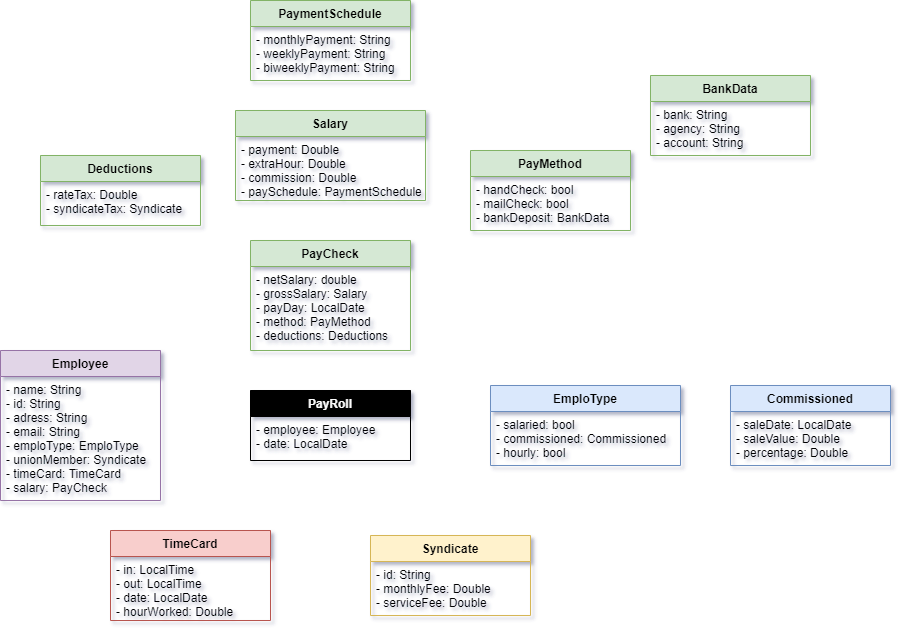
Earlier version of the draw.io export Files/PayRollDiagram.png (karlasophiacruz/exercisep3). Source tidied: cells renumbered, new cells last; positions are measured from the earlier drawing's top-left corner, leaving out a move shared by most shapes.
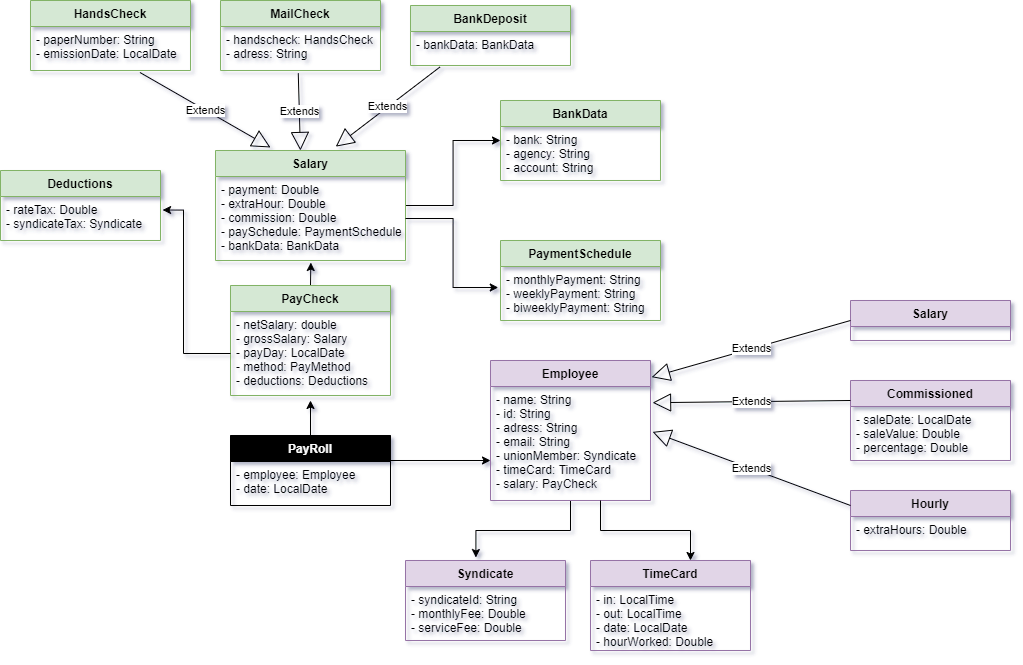
The same file after the commit.

Diff of the diagram source:
```diff
@@ -2,77 +2,153 @@
   <root>
     <mxCell id="0" />
     <mxCell id="1" parent="0" />
+    <mxCell id="26" style="edgeStyle=orthogonalEdgeStyle;rounded=0;jettySize=auto;html=1;entryX=0.44;entryY=-0.037;entryDx=0;entryDy=0;entryPerimeter=0;" parent="1" edge="1" source="2" target="12">
+      <mxGeometry relative="1" as="geometry" />
+    </mxCell>
     <mxCell id="2" value="Employee" style="swimlane;fontStyle=1;align=center;verticalAlign=top;horizontal=1;startSize=26;fillColor=#e1d5e7;strokeColor=#9673a6;" parent="1" vertex="1">
-      <mxGeometry y="350" width="160" height="150" as="geometry" />
+      <mxGeometry x="510" y="320" width="160" height="140" as="geometry" />
     </mxCell>
-    <mxCell id="3" value="- name: String&#10;- id: String&#10;- adress: String&#10;- email: String&#10;- emploType: EmploType&#10;- unionMember: Syndicate&#10;- timeCard: TimeCard&#10;- salary: PayCheck" style="text;strokeColor=none;fillColor=none;align=left;verticalAlign=top;spacingLeft=4;spacingRight=4;overflow=hidden;points=[[0,0.5],[1,0.5]];portConstraint=eastwest;spacing=2;spacingTop=0;spacingBottom=0;labelBorderColor=none;labelBackgroundColor=none;horizontal=1;" parent="2" vertex="1">
-      <mxGeometry y="26" width="160" height="124" as="geometry" />
+    <mxCell id="3" value="- name: String&#10;- id: String&#10;- adress: String&#10;- email: String&#10;- unionMember: Syndicate&#10;- timeCard: TimeCard&#10;- salary: PayCheck" style="text;strokeColor=none;fillColor=none;align=left;verticalAlign=top;spacingLeft=4;spacingRight=4;overflow=hidden;points=[[0,0.5],[1,0.5]];portConstraint=eastwest;spacing=2;spacingTop=0;spacingBottom=0;labelBorderColor=none;labelBackgroundColor=none;horizontal=1;" parent="2" vertex="1">
+      <mxGeometry y="26" width="160" height="114" as="geometry" />
     </mxCell>
-    <mxCell id="4" value="EmploType" style="swimlane;fontStyle=1;align=center;verticalAlign=top;horizontal=1;startSize=26;fillColor=#dae8fc;strokeColor=#6c8ebf;" parent="1" vertex="1">
-      <mxGeometry x="490" y="385" width="190" height="80" as="geometry" />
-    </mxCell>
-    <mxCell id="5" value="- salaried: bool&#10;- commissioned: Commissioned&#10;- hourly: bool" style="text;strokeColor=none;fillColor=none;align=left;verticalAlign=top;spacingLeft=4;spacingRight=4;overflow=hidden;" parent="4" vertex="1">
-      <mxGeometry y="26" width="190" height="54" as="geometry" />
-    </mxCell>
+    <mxCell id="27" style="edgeStyle=orthogonalEdgeStyle;rounded=0;jettySize=auto;html=1;exitX=0.5;exitY=0;exitDx=0;exitDy=0;entryX=0.502;entryY=1.024;entryDx=0;entryDy=0;entryPerimeter=0;" parent="1" edge="1" source="6" target="21">
+      <mxGeometry relative="1" as="geometry" />
+    </mxCell>
     <mxCell id="6" value="PayCheck" style="swimlane;fontStyle=1;align=center;verticalAlign=top;horizontal=1;startSize=26;fillColor=#d5e8d4;strokeColor=#82b366;glass=0;rounded=0;" parent="1" vertex="1">
-      <mxGeometry x="250" y="240" width="160" height="110" as="geometry" />
+      <mxGeometry x="250" y="245" width="160" height="110" as="geometry" />
     </mxCell>
     <mxCell id="7" value="- netSalary: double&#10;- grossSalary: Salary&#10;- payDay: LocalDate&#10;- method: PayMethod&#10;- deductions: Deductions" style="text;strokeColor=none;fillColor=none;align=left;verticalAlign=top;spacingLeft=4;spacingRight=4;overflow=hidden;points=[[0,0.5],[1,0.5]];portConstraint=eastwest;" parent="6" vertex="1">
       <mxGeometry y="26" width="160" height="84" as="geometry" />
     </mxCell>
-    <mxCell id="8" value="PayMethod" style="swimlane;fontStyle=1;align=center;verticalAlign=top;horizontal=1;startSize=26;fillColor=#d5e8d4;strokeColor=#82b366;" parent="1" vertex="1">
-      <mxGeometry x="470" y="150" width="160" height="80" as="geometry" />
+    <mxCell id="8" value="HandsCheck" style="swimlane;fontStyle=1;align=center;verticalAlign=top;horizontal=1;startSize=26;fillColor=#d5e8d4;strokeColor=#82b366;" parent="1" vertex="1">
+      <mxGeometry x="50" y="-40" width="160" height="70" as="geometry" />
     </mxCell>
-    <mxCell id="9" value="- handCheck: bool&#10;- mailCheck: bool&#10;- bankDeposit: BankData" style="text;strokeColor=none;fillColor=none;align=left;verticalAlign=top;spacingLeft=4;spacingRight=4;overflow=hidden;points=[[0,0.5],[1,0.5]];portConstraint=eastwest;" parent="8" vertex="1">
-      <mxGeometry y="26" width="160" height="54" as="geometry" />
+    <mxCell id="9" value="- paperNumber: String&#10;- emissionDate: LocalDate" style="text;strokeColor=none;fillColor=none;align=left;verticalAlign=top;spacingLeft=4;spacingRight=4;overflow=hidden;points=[[0,0.5],[1,0.5]];portConstraint=eastwest;" parent="8" vertex="1">
+      <mxGeometry y="26" width="160" height="44" as="geometry" />
     </mxCell>
-    <mxCell id="10" value="Commissioned" style="swimlane;fontStyle=1;align=center;verticalAlign=top;horizontal=1;startSize=26;fillColor=#dae8fc;strokeColor=#6c8ebf;" parent="1" vertex="1">
-      <mxGeometry x="730" y="385" width="160" height="80" as="geometry" />
+    <mxCell id="10" value="Commissioned" style="swimlane;fontStyle=1;align=center;verticalAlign=top;horizontal=1;startSize=26;fillColor=#e1d5e7;strokeColor=#9673a6;" parent="1" vertex="1">
+      <mxGeometry x="870" y="340" width="160" height="80" as="geometry" />
     </mxCell>
     <mxCell id="11" value="- saleDate: LocalDate&#10;- saleValue: Double&#10;- percentage: Double " style="text;strokeColor=none;fillColor=none;align=left;verticalAlign=top;spacingLeft=4;spacingRight=4;overflow=hidden;" parent="10" vertex="1">
       <mxGeometry y="26" width="160" height="54" as="geometry" />
     </mxCell>
-    <mxCell id="12" value="Syndicate" style="swimlane;fontStyle=1;align=center;verticalAlign=top;horizontal=1;startSize=26;fillColor=#fff2cc;strokeColor=#d6b656;" parent="1" vertex="1">
-      <mxGeometry x="370" y="535" width="160" height="80" as="geometry" />
+    <mxCell id="12" value="Syndicate" style="swimlane;fontStyle=1;align=center;verticalAlign=top;horizontal=1;startSize=26;fillColor=#e1d5e7;strokeColor=#9673a6;" parent="1" vertex="1">
+      <mxGeometry x="425" y="520" width="160" height="80" as="geometry" />
     </mxCell>
-    <mxCell id="13" value="- id: String&#10;- monthlyFee: Double&#10;- serviceFee: Double" style="text;strokeColor=none;fillColor=none;align=left;verticalAlign=top;spacingLeft=4;spacingRight=4;overflow=hidden;" parent="12" vertex="1">
+    <mxCell id="13" value="- syndicateId: String&#10;- monthlyFee: Double&#10;- serviceFee: Double" style="text;strokeColor=none;fillColor=none;align=left;verticalAlign=top;spacingLeft=4;spacingRight=4;overflow=hidden;" parent="12" vertex="1">
       <mxGeometry y="26" width="160" height="54" as="geometry" />
     </mxCell>
-    <mxCell id="14" value="TimeCard" style="swimlane;fontStyle=1;align=center;verticalAlign=top;horizontal=1;startSize=26;fillColor=#f8cecc;strokeColor=#b85450;" parent="1" vertex="1">
-      <mxGeometry x="110" y="530" width="160" height="90" as="geometry" />
+    <mxCell id="14" value="TimeCard" style="swimlane;fontStyle=1;align=center;verticalAlign=top;horizontal=1;startSize=26;fillColor=#e1d5e7;strokeColor=#9673a6;" parent="1" vertex="1">
+      <mxGeometry x="610" y="520" width="160" height="90" as="geometry" />
     </mxCell>
     <mxCell id="15" value="- in: LocalTime&#10;- out: LocalTime&#10;- date: LocalDate&#10;- hourWorked: Double" style="text;strokeColor=none;fillColor=none;align=left;verticalAlign=top;spacingLeft=4;spacingRight=4;overflow=hidden;" parent="14" vertex="1">
       <mxGeometry y="26" width="160" height="64" as="geometry" />
     </mxCell>
     <mxCell id="16" value="Deductions" style="swimlane;fontStyle=1;align=center;verticalAlign=top;horizontal=1;startSize=26;fillColor=#d5e8d4;strokeColor=#82b366;" parent="1" vertex="1">
-      <mxGeometry x="40" y="155" width="160" height="70" as="geometry" />
+      <mxGeometry x="20" y="130" width="160" height="70" as="geometry" />
     </mxCell>
     <mxCell id="17" value="- rateTax: Double&#10;- syndicateTax: Syndicate" style="text;strokeColor=none;fillColor=none;align=left;verticalAlign=top;spacingLeft=4;spacingRight=4;overflow=hidden;points=[[0,0.5],[1,0.5]];portConstraint=eastwest;" parent="16" vertex="1">
       <mxGeometry y="26" width="160" height="44" as="geometry" />
     </mxCell>
     <mxCell id="18" value="BankData" style="swimlane;fontStyle=1;align=center;verticalAlign=top;horizontal=1;startSize=26;fillColor=#d5e8d4;strokeColor=#82b366;" parent="1" vertex="1">
-      <mxGeometry x="650" y="75" width="160" height="80" as="geometry" />
+      <mxGeometry x="520" y="60" width="160" height="80" as="geometry" />
     </mxCell>
     <mxCell id="19" value="- bank: String&#10;- agency: String&#10;- account: String&#10;" style="text;strokeColor=none;fillColor=none;align=left;verticalAlign=top;spacingLeft=4;spacingRight=4;overflow=hidden;" parent="18" vertex="1">
       <mxGeometry y="26" width="160" height="54" as="geometry" />
     </mxCell>
+    <mxCell id="28" style="edgeStyle=orthogonalEdgeStyle;rounded=0;jettySize=auto;html=1;" parent="1" edge="1" source="20" target="18">
+      <mxGeometry relative="1" as="geometry" />
+    </mxCell>
     <mxCell id="20" value="Salary" style="swimlane;fontStyle=1;align=center;verticalAlign=top;horizontal=1;startSize=26;fillColor=#d5e8d4;strokeColor=#82b366;" parent="1" vertex="1">
-      <mxGeometry x="235" y="110" width="190" height="90" as="geometry" />
+      <mxGeometry x="235" y="110" width="190" height="110" as="geometry" />
     </mxCell>
-    <mxCell id="21" value="- payment: Double&#10;- extraHour: Double&#10;- commission: Double&#10;- paySchedule: PaymentSchedule" style="text;strokeColor=none;fillColor=none;align=left;verticalAlign=top;spacingLeft=4;spacingRight=4;overflow=hidden;points=[[0,0.5],[1,0.5]];portConstraint=eastwest;" parent="20" vertex="1">
-      <mxGeometry y="26" width="190" height="64" as="geometry" />
+    <mxCell id="21" value="- payment: Double&#10;- extraHour: Double&#10;- commission: Double&#10;- paySchedule: PaymentSchedule&#10;- bankData: BankData" style="text;strokeColor=none;fillColor=none;align=left;verticalAlign=top;spacingLeft=4;spacingRight=4;overflow=hidden;points=[[0,0.5],[1,0.5]];portConstraint=eastwest;" parent="20" vertex="1">
+      <mxGeometry y="26" width="190" height="84" as="geometry" />
     </mxCell>
     <mxCell id="22" value="PaymentSchedule" style="swimlane;fontStyle=1;align=center;verticalAlign=top;horizontal=1;startSize=26;fillColor=#d5e8d4;strokeColor=#82b366;" parent="1" vertex="1">
-      <mxGeometry x="250" width="160" height="80" as="geometry" />
+      <mxGeometry x="520" y="200" width="160" height="80" as="geometry" />
     </mxCell>
     <mxCell id="23" value="- monthlyPayment: String&#10;- weeklyPayment: String&#10;- biweeklyPayment: String" style="text;align=left;verticalAlign=top;spacingLeft=4;spacingRight=4;overflow=hidden;points=[[0,0.5],[1,0.5]];portConstraint=eastwest;" parent="22" vertex="1">
       <mxGeometry y="26" width="160" height="54" as="geometry" />
     </mxCell>
+    <mxCell id="29" style="edgeStyle=orthogonalEdgeStyle;rounded=0;jettySize=auto;html=1;" parent="1" edge="1" source="24">
+      <mxGeometry relative="1" as="geometry">
+        <mxPoint x="510" y="420" as="targetPoint" />
+        <Array as="points">
+          <mxPoint x="510" y="420" />
+        </Array>
+      </mxGeometry>
+    </mxCell>
+    <mxCell id="30" style="edgeStyle=orthogonalEdgeStyle;rounded=0;jettySize=auto;html=1;" parent="1" edge="1" source="24">
+      <mxGeometry relative="1" as="geometry">
+        <mxPoint x="330" y="360" as="targetPoint" />
+      </mxGeometry>
+    </mxCell>
     <mxCell id="24" value="PayRoll" style="swimlane;fontStyle=1;align=center;verticalAlign=top;horizontal=1;startSize=26;fillColor=#000000;fontColor=#FCFCFC;" parent="1" vertex="1">
-      <mxGeometry x="250" y="390" width="160" height="70" as="geometry" />
+      <mxGeometry x="250" y="395" width="160" height="70" as="geometry" />
     </mxCell>
     <mxCell id="25" value="- employee: Employee&#10;- date: LocalDate&#10;" style="text;strokeColor=none;fillColor=none;align=left;verticalAlign=top;spacingLeft=4;spacingRight=4;overflow=hidden;" parent="24" vertex="1">
       <mxGeometry y="26" width="160" height="44" as="geometry" />
     </mxCell>
+    <mxCell id="31" value="Extends" style="endArrow=block;endSize=16;endFill=0;html=1;exitX=0;exitY=0.25;exitDx=0;exitDy=0;entryX=1.013;entryY=0.142;entryDx=0;entryDy=0;entryPerimeter=0;" parent="1" edge="1" source="10" target="3">
+      <mxGeometry relative="1" as="geometry" />
+    </mxCell>
+    <mxCell id="32" value="MailCheck" style="swimlane;fontStyle=1;align=center;verticalAlign=top;horizontal=1;startSize=26;fillColor=#d5e8d4;strokeColor=#82b366;" parent="1" vertex="1">
+      <mxGeometry x="240" y="-40" width="160" height="70" as="geometry" />
+    </mxCell>
+    <mxCell id="33" value="- handscheck: HandsCheck&#10;- adress: String" style="text;strokeColor=none;fillColor=none;align=left;verticalAlign=top;spacingLeft=4;spacingRight=4;overflow=hidden;points=[[0,0.5],[1,0.5]];portConstraint=eastwest;" parent="32" vertex="1">
+      <mxGeometry y="26" width="160" height="44" as="geometry" />
+    </mxCell>
+    <mxCell id="34" style="edgeStyle=orthogonalEdgeStyle;rounded=0;jettySize=auto;html=1;entryX=-0.014;entryY=0.389;entryDx=0;entryDy=0;entryPerimeter=0;" parent="1" edge="1" source="21" target="23">
+      <mxGeometry relative="1" as="geometry" />
+    </mxCell>
+    <mxCell id="35" value="BankDeposit" style="swimlane;fontStyle=1;align=center;verticalAlign=top;horizontal=1;startSize=26;fillColor=#d5e8d4;strokeColor=#82b366;" parent="1" vertex="1">
+      <mxGeometry x="430" y="-35" width="160" height="60" as="geometry" />
+    </mxCell>
+    <mxCell id="36" value="- bankData: BankData" style="text;strokeColor=none;fillColor=none;align=left;verticalAlign=top;spacingLeft=4;spacingRight=4;overflow=hidden;points=[[0,0.5],[1,0.5]];portConstraint=eastwest;" parent="35" vertex="1">
+      <mxGeometry y="26" width="160" height="34" as="geometry" />
+    </mxCell>
+    <mxCell id="37" value="Extends" style="endArrow=block;endSize=16;endFill=0;html=1;exitX=0.684;exitY=1.045;exitDx=0;exitDy=0;exitPerimeter=0;" parent="1" edge="1" source="9">
+      <mxGeometry relative="1" as="geometry">
+        <mxPoint x="290" y="107" as="targetPoint" />
+      </mxGeometry>
+    </mxCell>
+    <mxCell id="38" value="Extends" style="endArrow=block;endSize=16;endFill=0;html=1;exitX=0.486;exitY=1.064;exitDx=0;exitDy=0;exitPerimeter=0;entryX=0.447;entryY=0;entryDx=0;entryDy=0;entryPerimeter=0;" parent="1" edge="1" source="33" target="20">
+      <mxGeometry relative="1" as="geometry" />
+    </mxCell>
+    <mxCell id="39" value="Extends" style="endArrow=block;endSize=16;endFill=0;html=1;exitX=0.184;exitY=1.045;exitDx=0;exitDy=0;exitPerimeter=0;entryX=0.633;entryY=-0.035;entryDx=0;entryDy=0;entryPerimeter=0;" parent="1" edge="1" source="36" target="20">
+      <mxGeometry relative="1" as="geometry" />
+    </mxCell>
+    <mxCell id="40" style="edgeStyle=orthogonalEdgeStyle;rounded=0;jettySize=auto;html=1;entryX=1.013;entryY=0.307;entryDx=0;entryDy=0;entryPerimeter=0;" parent="1" edge="1" source="7" target="17">
+      <mxGeometry relative="1" as="geometry">
+        <Array as="points">
+          <mxPoint x="203" y="313" />
+          <mxPoint x="203" y="170" />
+        </Array>
+      </mxGeometry>
+    </mxCell>
+    <mxCell id="41" style="edgeStyle=orthogonalEdgeStyle;rounded=0;jettySize=auto;html=1;" parent="1" edge="1" source="3" target="14">
+      <mxGeometry relative="1" as="geometry">
+        <Array as="points">
+          <mxPoint x="620" y="490" />
+          <mxPoint x="710" y="490" />
+        </Array>
+      </mxGeometry>
+    </mxCell>
+    <mxCell id="42" value="Salary" style="swimlane;fontStyle=1;align=center;verticalAlign=top;horizontal=1;startSize=26;fillColor=#e1d5e7;strokeColor=#9673a6;" parent="1" vertex="1">
+      <mxGeometry x="870" y="260" width="160" height="40" as="geometry" />
+    </mxCell>
+    <mxCell id="43" value="Extends" style="endArrow=block;endSize=16;endFill=0;html=1;entryX=1.007;entryY=0.119;entryDx=0;entryDy=0;entryPerimeter=0;exitX=0;exitY=0.5;exitDx=0;exitDy=0;" parent="1" edge="1" source="42" target="2">
+      <mxGeometry relative="1" as="geometry" />
+    </mxCell>
+    <mxCell id="44" value="Hourly" style="swimlane;fontStyle=1;align=center;verticalAlign=top;horizontal=1;startSize=26;fillColor=#e1d5e7;strokeColor=#9673a6;" parent="1" vertex="1">
+      <mxGeometry x="870" y="450" width="160" height="60" as="geometry" />
+    </mxCell>
+    <mxCell id="45" value="- extraHours: Double" style="text;strokeColor=none;fillColor=none;align=left;verticalAlign=top;spacingLeft=4;spacingRight=4;overflow=hidden;" parent="44" vertex="1">
+      <mxGeometry y="26" width="160" height="34" as="geometry" />
+    </mxCell>
+    <mxCell id="46" value="Extends" style="endArrow=block;endSize=16;endFill=0;html=1;exitX=0;exitY=0.25;exitDx=0;exitDy=0;entryX=1.013;entryY=0.398;entryDx=0;entryDy=0;entryPerimeter=0;" parent="1" edge="1" source="44" target="3">
+      <mxGeometry relative="1" as="geometry" />
+    </mxCell>
   </root>
 </mxGraphModel>
```
